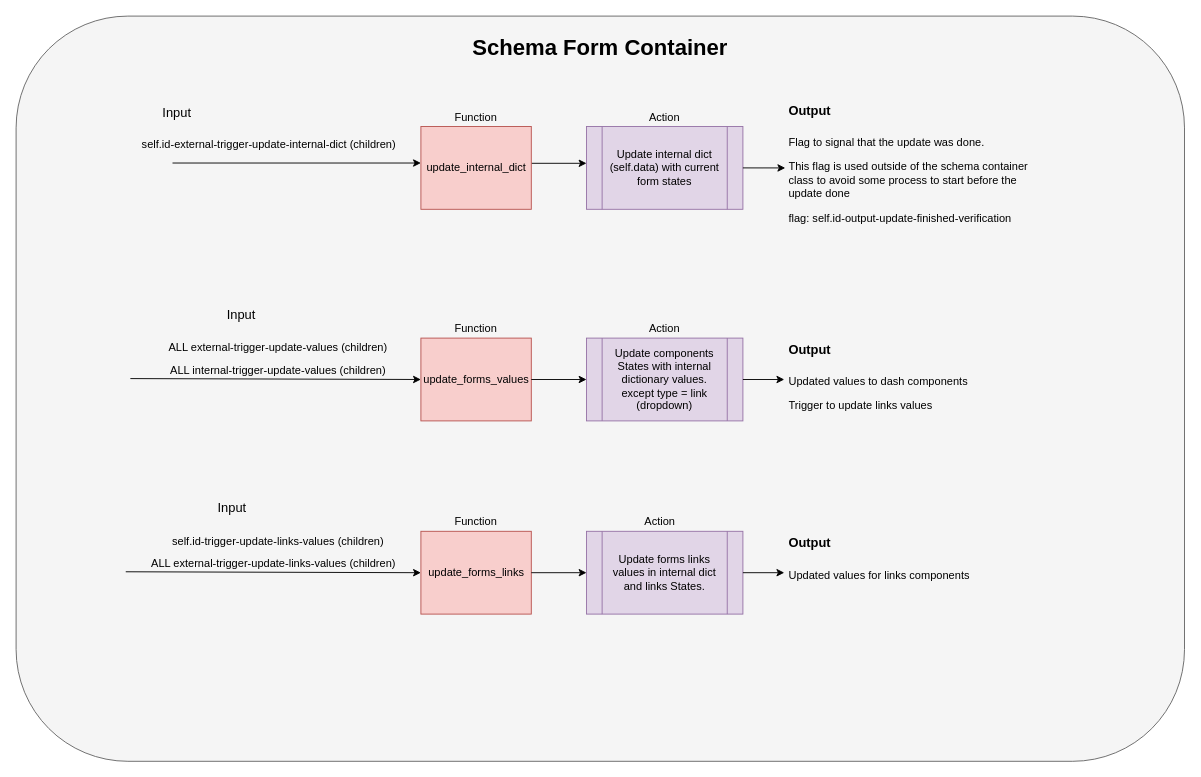
catalystneuro/nwb-web-gui keeps this draw.io diagram as documentation/SchemaContainerActions.drawio. Above is the earlier version. Source tidied: cells renumbered, new cells numbered last; positions are measured from the earlier drawing's top-left corner, leaving out a move shared by most shapes. Both pictures are drawn from the tidied source at 92%, with x=0, y=0 at pixel (16, 16).
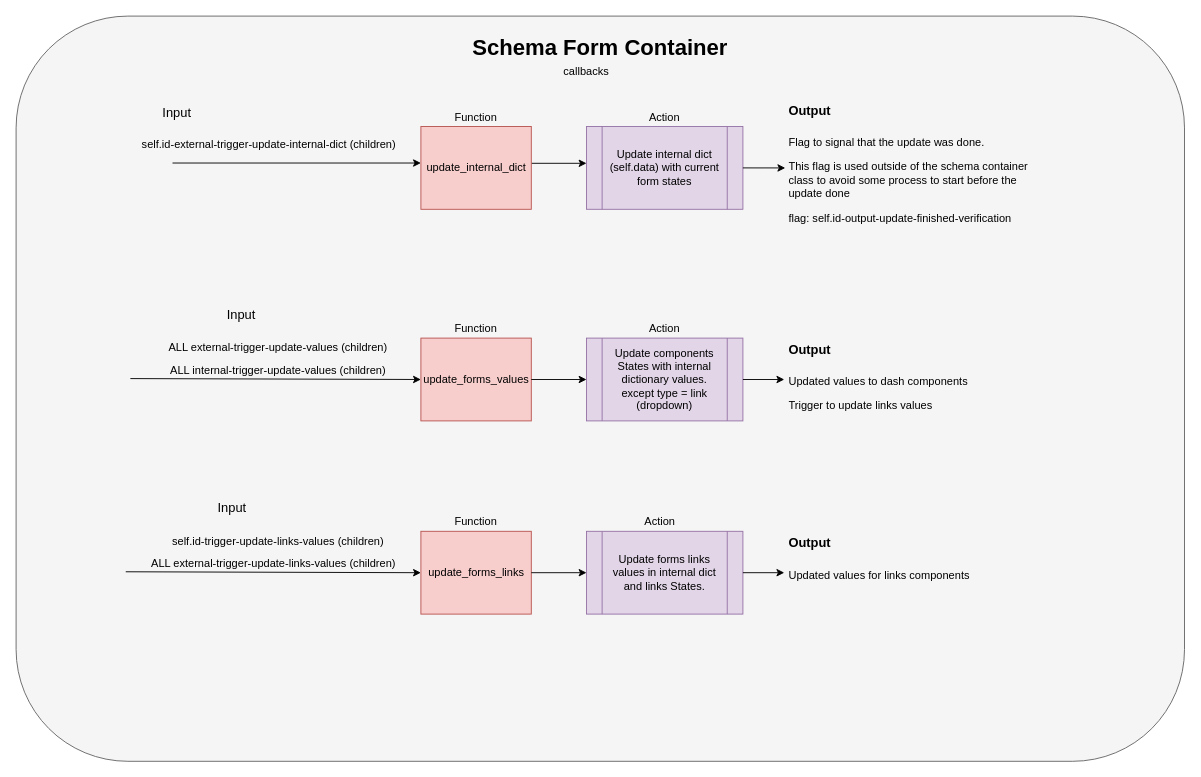
After the change.

Diff of the diagram source:
```diff
@@
+    <mxCell id="36" value="callbacks" style="text;html=1;strokeColor=none;fillColor=none;align=center;verticalAlign=middle;whiteSpace=wrap;rounded=0;" parent="1" vertex="1">
+      <mxGeometry x="540" y="50" width="160" height="20" as="geometry" />
+    </mxCell>
```
